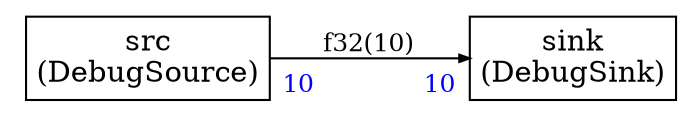
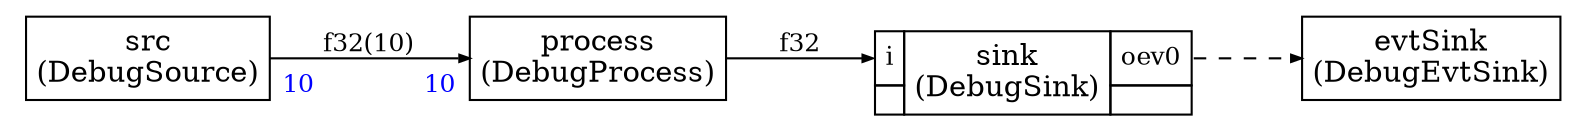






digraph structs {
    bgcolor = "white"
    node [shape=plaintext,color="black",fontcolor="black",fontname="Times-Roman"]
    rankdir=LR
    edge [arrowsize="0.5",color="black",fontcolor="black",fontname="Times-Roman"]


+ process [label=<
+ <TABLE color="black" bgcolor="none" BORDER="0" CELLBORDER="1" CELLSPACING="0" CELLPADDING="4">
+   <TR>
+     <TD ALIGN="CENTER" PORT="i"><FONT COLOR="black" POINT-SIZE="14.0">process<BR/>(DebugProcess)</FONT></TD>
+   </TR>
+ </TABLE>>];
+ 
+ 
sink [label=<
<TABLE color="black" bgcolor="none" BORDER="0" CELLBORDER="1" CELLSPACING="0" CELLPADDING="4">
  <TR>
-     <TD ALIGN="CENTER" PORT="i"><FONT COLOR="black" POINT-SIZE="14.0">sink<BR/>(DebugSink)</FONT></TD>
+     <TD PORT="i"><FONT POINT-SIZE="12.0" COLOR="black">i</FONT></TD>
+     <TD ALIGN="CENTER" ROWSPAN="2"><FONT COLOR="black" POINT-SIZE="14.0">sink<BR/>(DebugSink)</FONT></TD>
+     <TD PORT="oev0"><FONT POINT-SIZE="12.0" COLOR="black">oev0</FONT></TD>
  </TR>
+ <TR>
+ 
+ <TD></TD>
+ 
+ <TD></TD></TR>
+ 
</TABLE>>];

src [label=<
<TABLE color="black" bgcolor="none" BORDER="0" CELLBORDER="1" CELLSPACING="0" CELLPADDING="4">
  <TR>
    <TD ALIGN="CENTER" PORT="i"><FONT COLOR="black" POINT-SIZE="14.0">src<BR/>(DebugSource)</FONT></TD>
  </TR>
</TABLE>>];

+ evtSink [label=<
+ <TABLE color="black" bgcolor="none" BORDER="0" CELLBORDER="1" CELLSPACING="0" CELLPADDING="4">
+   <TR>
+     <TD ALIGN="CENTER" PORT="i"><FONT COLOR="black" POINT-SIZE="14.0">evtSink<BR/>(DebugEvtSink)</FONT></TD>
+   </TR>
+ </TABLE>>];


- src:i -> sink:i [style="solid",color="black",fontsize="12.0",fontcolor="black",label=<f32(10)>
+ 
+ src:i -> process:i [style="solid",color="black",fontsize="12.0",fontcolor="black",label=<f32(10)>
,headlabel=<<TABLE BORDER="0" CELLPADDING="4"><TR><TD><FONT COLOR="blue" POINT-SIZE="12.0" >10</FONT>
</TD></TR></TABLE>>
,taillabel=<<TABLE BORDER="0" CELLPADDING="4"><TR><TD><FONT COLOR="blue" POINT-SIZE="12.0" >10</FONT>
</TD></TR></TABLE>>]

+ process:i -> sink:i [style="solid",color="black",fontsize="12.0",fontcolor="black",label=<f32>
+ 
+ ]



+ sink:oev0 -> evtSink:i [style="dashed",color="black",fontsize="12.0",fontcolor="black",label=<>
+ 
+ ]
+ 
}
